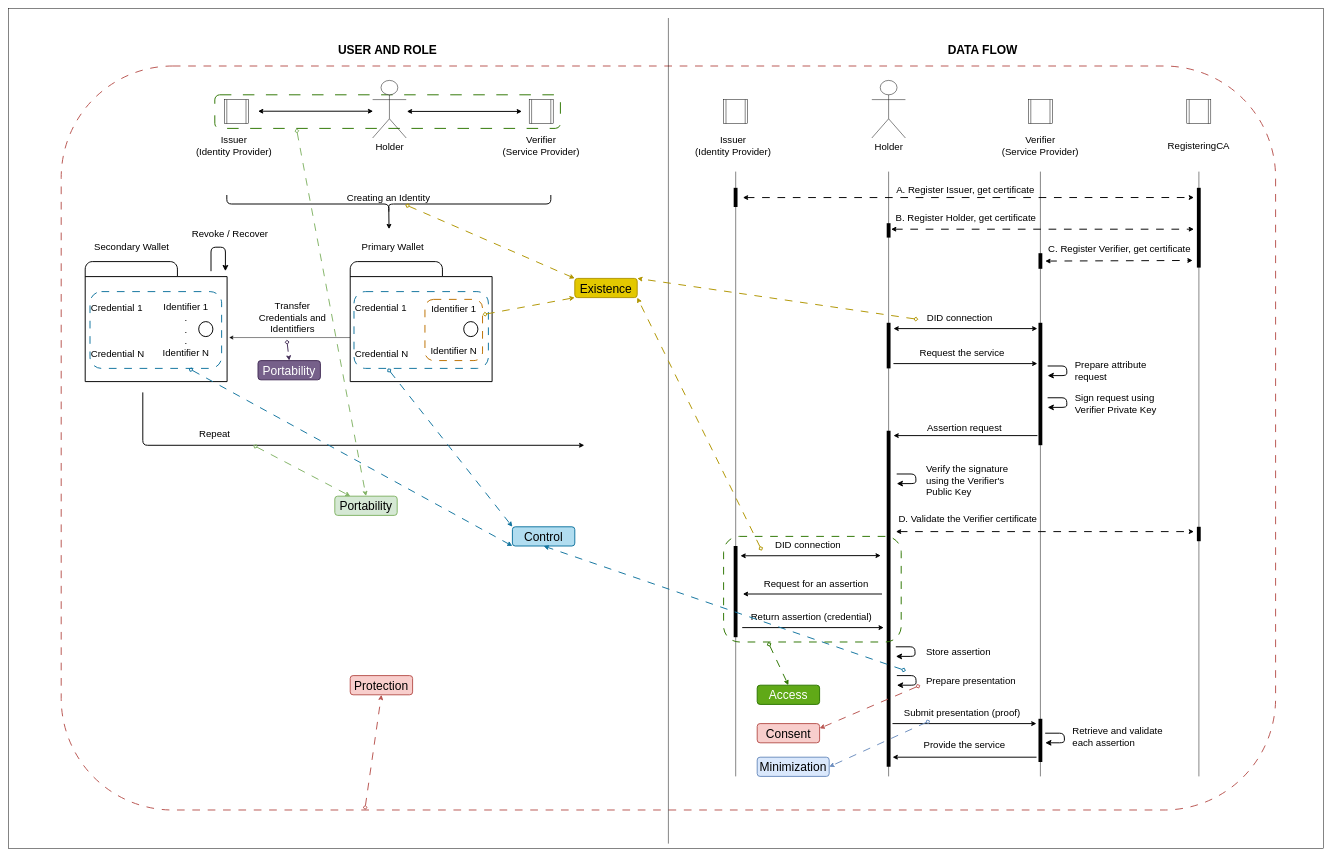
This is definition/images/allen_principles/Allen_principles_schema.drawio from cristianlepore/Self-Sovereign-Identity, a draw.io file, before an edit. Source tidied: cells renumbered, new cells numbered last; positions are measured from the earlier drawing's top-left corner, leaving out a move shared by most shapes. Both pictures are drawn from the tidied source at 48%, with x=0, y=0 at pixel (8, 8).
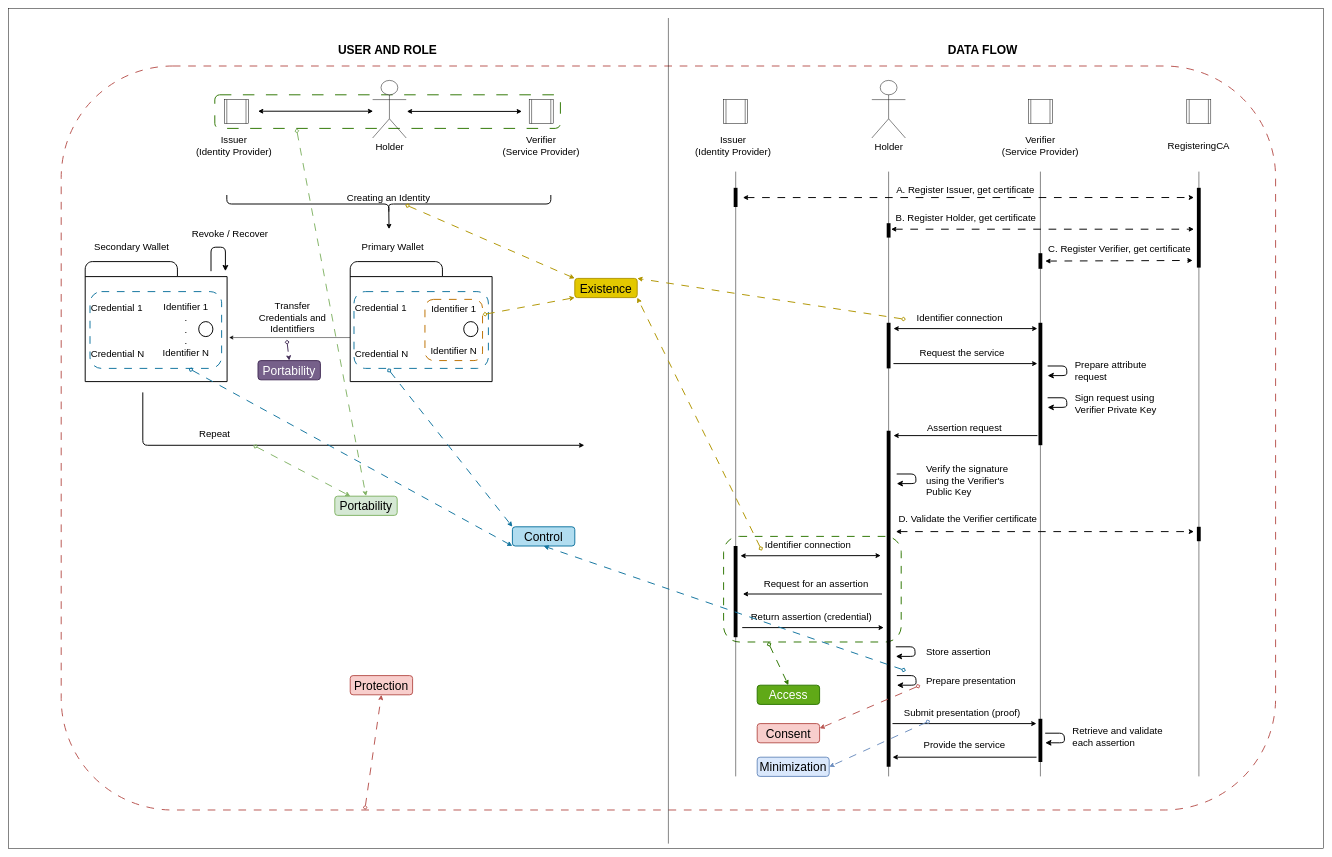
The same page after the edit.

The change refers to these unchanged cells:
```xml
<mxCell id="88" value="&lt;font style=&quot;font-size: 25px;&quot;&gt;Existence&lt;/font&gt;" style="text;html=1;align=center;verticalAlign=middle;whiteSpace=wrap;rounded=1;fillColor=#e3c800;strokeColor=#B09500;strokeWidth=2;fontColor=#000000;" parent="1" vertex="1">
  <mxGeometry x="1180" y="562.5" width="130" height="40" as="geometry" />
</mxCell>
```

Diff of the diagram source:
```diff
@@
+    <mxCell id="98" style="rounded=1;whiteSpace=wrap;html=1;dashed=1;dashPattern=8 8;fillColor=none;strokeWidth=2;strokeColor=#2D7600;fontColor=#ffffff;" parent="1" vertex="1">
+      <mxGeometry x="1490" y="1100" width="370" height="220" as="geometry" />
+    </mxCell>
@@
-    <mxCell id="73" value="&lt;font style=&quot;font-size: 20px;&quot;&gt;DID connection&lt;/font&gt;" style="text;html=1;align=center;verticalAlign=middle;whiteSpace=wrap;rounded=0;" parent="1" vertex="1">
+    <mxCell id="73" value="&lt;font style=&quot;font-size: 20px;&quot;&gt;Identifier connection&lt;/font&gt;" style="text;html=1;align=center;verticalAlign=middle;whiteSpace=wrap;rounded=0;" parent="1" vertex="1">
       <mxGeometry x="1848.8" y="627.5" width="266.2" height="33.8" as="geometry" />
     </mxCell>
@@
-    <mxCell id="80" value="&lt;font style=&quot;font-size: 20px;&quot;&gt;DID connection&lt;/font&gt;" style="text;html=1;align=center;verticalAlign=middle;whiteSpace=wrap;rounded=0;" parent="1" vertex="1">
+    <mxCell id="80" value="&lt;font style=&quot;font-size: 20px;&quot;&gt;Identifier connection&lt;/font&gt;" style="text;html=1;align=center;verticalAlign=middle;whiteSpace=wrap;rounded=0;" parent="1" vertex="1">
       <mxGeometry x="1532.5" y="1100" width="266.2" height="33.8" as="geometry" />
     </mxCell>
@@
-    <mxCell id="91" style="endArrow=classic;html=1;rounded=0;entryX=1;entryY=0;entryDx=0;entryDy=0;fillColor=#e3c800;strokeColor=#B09500;strokeWidth=2;startArrow=diamond;startFill=0;dashed=1;dashPattern=8 8;exitX=0.177;exitY=0.607;exitDx=0;exitDy=0;exitPerimeter=0;" parent="1" edge="1" source="73" target="88">
-      <mxGeometry relative="1" as="geometry" />
+    <mxCell id="91" style="endArrow=classic;html=1;rounded=0;entryX=1;entryY=0;entryDx=0;entryDy=0;fillColor=#e3c800;strokeColor=#B09500;strokeWidth=2;startArrow=diamond;startFill=0;dashed=1;dashPattern=8 8;" parent="1" edge="1" target="88">
+      <mxGeometry relative="1" as="geometry">
+        <mxPoint x="1870" y="648" as="sourcePoint" />
+      </mxGeometry>
     </mxCell>
@@
-    <mxCell id="98" style="rounded=1;whiteSpace=wrap;html=1;dashed=1;dashPattern=8 8;fillColor=none;strokeWidth=2;strokeColor=#2D7600;fontColor=#ffffff;" parent="1" vertex="1">
-      <mxGeometry x="1490" y="1100" width="370" height="220" as="geometry" />
-    </mxCell>
```
